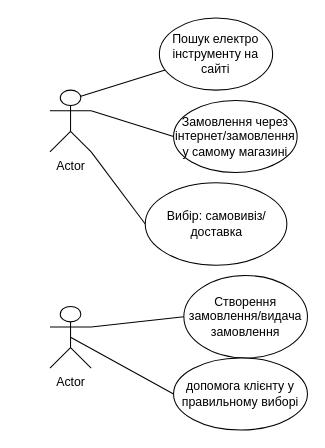
Above: Untitled Diagram.drawio in Andrewint789/twoidom (draw.io), before the change. Source tidied: cells renumbered, new cells numbered last; positions are measured from the earlier drawing's top-left corner, leaving out a move shared by most shapes. Both pictures are drawn from the tidied source at 103%, with x=0, y=0 at pixel (49, 18).
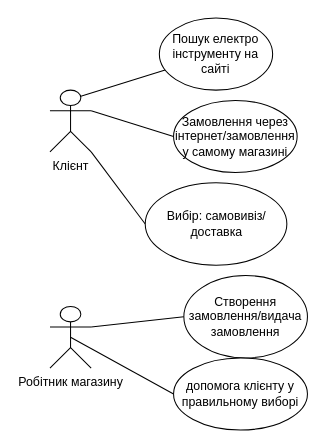
The same diagram, later.

Diff of the diagram source:
```diff
@@
 <mxGraphModel>
   <root>
     <mxCell id="0" />
     <mxCell id="1" parent="0" />
-    <mxCell id="2" value="Actor" style="shape=umlActor;verticalLabelPosition=bottom;verticalAlign=top;html=1;outlineConnect=0;" parent="1" vertex="1">
+    <mxCell id="2" value="Клієнт " style="shape=umlActor;verticalLabelPosition=bottom;verticalAlign=top;html=1;outlineConnect=0;" parent="1" vertex="1">
       <mxGeometry y="70" width="40" height="60" as="geometry" />
     </mxCell>
     <mxCell id="3" style="endArrow=none;html=1;exitX=0.75;exitY=0.1;exitDx=0;exitDy=0;exitPerimeter=0;" parent="1" edge="1" source="2" target="4">
       <mxGeometry relative="1" as="geometry" />
     </mxCell>
     <mxCell id="4" value="Пошук електро інструменту на сайті " style="ellipse;whiteSpace=wrap;html=1;" parent="1" vertex="1">
       <mxGeometry x="106.2" width="110" height="70" as="geometry" />
     </mxCell>
     <mxCell id="5" style="endArrow=none;html=1;exitX=1;exitY=0.3333333333333333;exitDx=0;exitDy=0;exitPerimeter=0;entryX=0;entryY=0.5;entryDx=0;entryDy=0;" parent="1" edge="1" source="2" target="6">
       <mxGeometry relative="1" as="geometry" />
     </mxCell>
     <mxCell id="6" value="Замовлення через інтернет/замовлення у самому магазині" style="ellipse;whiteSpace=wrap;html=1;" parent="1" vertex="1">
       <mxGeometry x="120" y="80" width="120" height="70" as="geometry" />
     </mxCell>
     <mxCell id="7" style="endArrow=none;html=1;exitX=1;exitY=1;exitDx=0;exitDy=0;exitPerimeter=0;entryX=0;entryY=0.5;entryDx=0;entryDy=0;" parent="1" edge="1" source="2" target="8">
       <mxGeometry relative="1" as="geometry" />
     </mxCell>
     <mxCell id="8" value="Вибір: самовивіз/доставка" style="ellipse;whiteSpace=wrap;html=1;" parent="1" vertex="1">
       <mxGeometry x="92.5" y="160" width="137.5" height="80" as="geometry" />
     </mxCell>
-    <mxCell id="9" value="Actor" style="shape=umlActor;verticalLabelPosition=bottom;verticalAlign=top;html=1;outlineConnect=0;" parent="1" vertex="1">
+    <mxCell id="9" value="Робітник магазину" style="shape=umlActor;verticalLabelPosition=bottom;verticalAlign=top;html=1;outlineConnect=0;" parent="1" vertex="1">
       <mxGeometry y="280" width="40" height="60" as="geometry" />
     </mxCell>
     <mxCell id="10" style="endArrow=none;html=1;entryX=1;entryY=0.3333333333333333;entryDx=0;entryDy=0;entryPerimeter=0;exitX=0;exitY=0.5;exitDx=0;exitDy=0;" parent="1" edge="1" source="11" target="9">
       <mxGeometry relative="1" as="geometry" />
     </mxCell>
     <mxCell id="11" value="Створення замовлення/видача замовлення" style="ellipse;whiteSpace=wrap;html=1;" parent="1" vertex="1">
       <mxGeometry x="130" y="250" width="120" height="80" as="geometry" />
     </mxCell>
     <mxCell id="12" style="endArrow=none;html=1;exitX=0.5;exitY=0.5;exitDx=0;exitDy=0;exitPerimeter=0;entryX=0;entryY=0.5;entryDx=0;entryDy=0;" parent="1" edge="1" source="9" target="13">
       <mxGeometry relative="1" as="geometry" />
     </mxCell>
     <mxCell id="13" value="допомога клієнту у правильному виборі" style="ellipse;whiteSpace=wrap;html=1;" parent="1" vertex="1">
       <mxGeometry x="120" y="330" width="130" height="70" as="geometry" />
     </mxCell>
   </root>
 </mxGraphModel>
```
